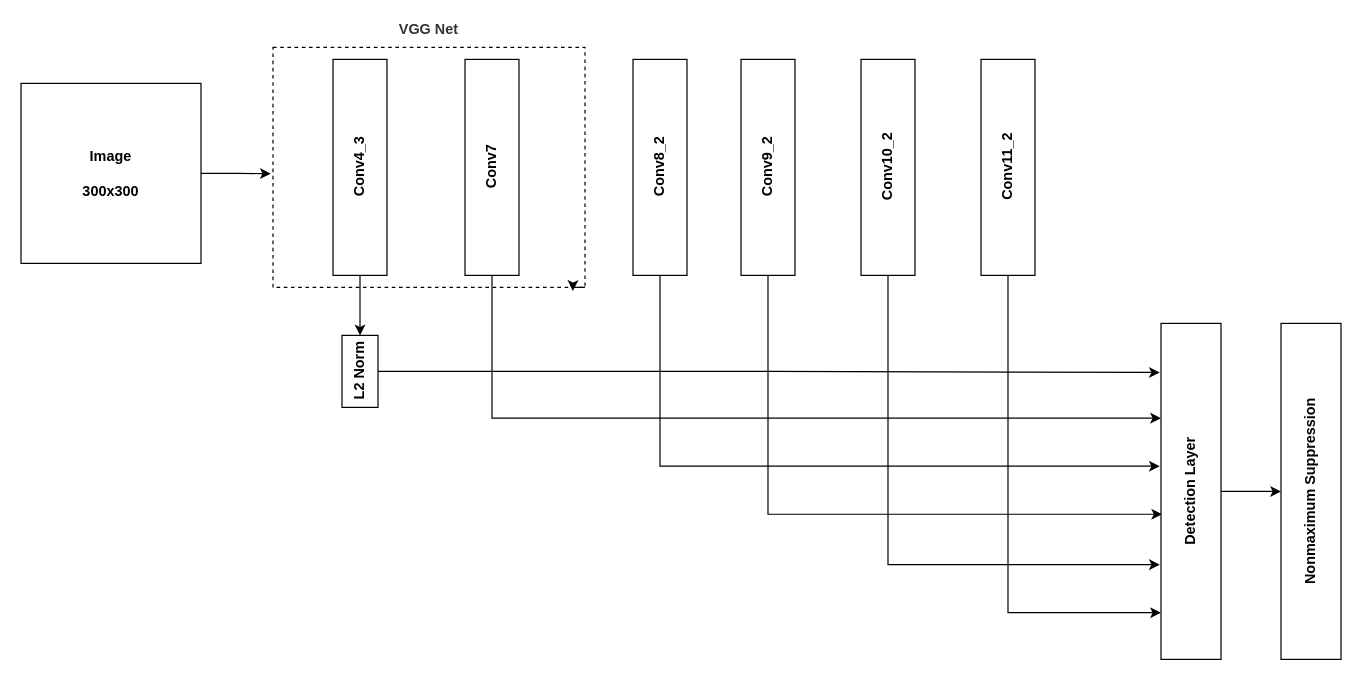
Earlier version of the draw.io diagram fig/SSD300.drawio (AakiraOtok/project_WPD). Source tidied: cells renumbered, new cells numbered last; positions are measured from the earlier drawing's top-left corner, leaving out a move shared by most shapes. Both pictures are drawn from the tidied source at 120%, with x=0, y=0 at pixel (20, 47).
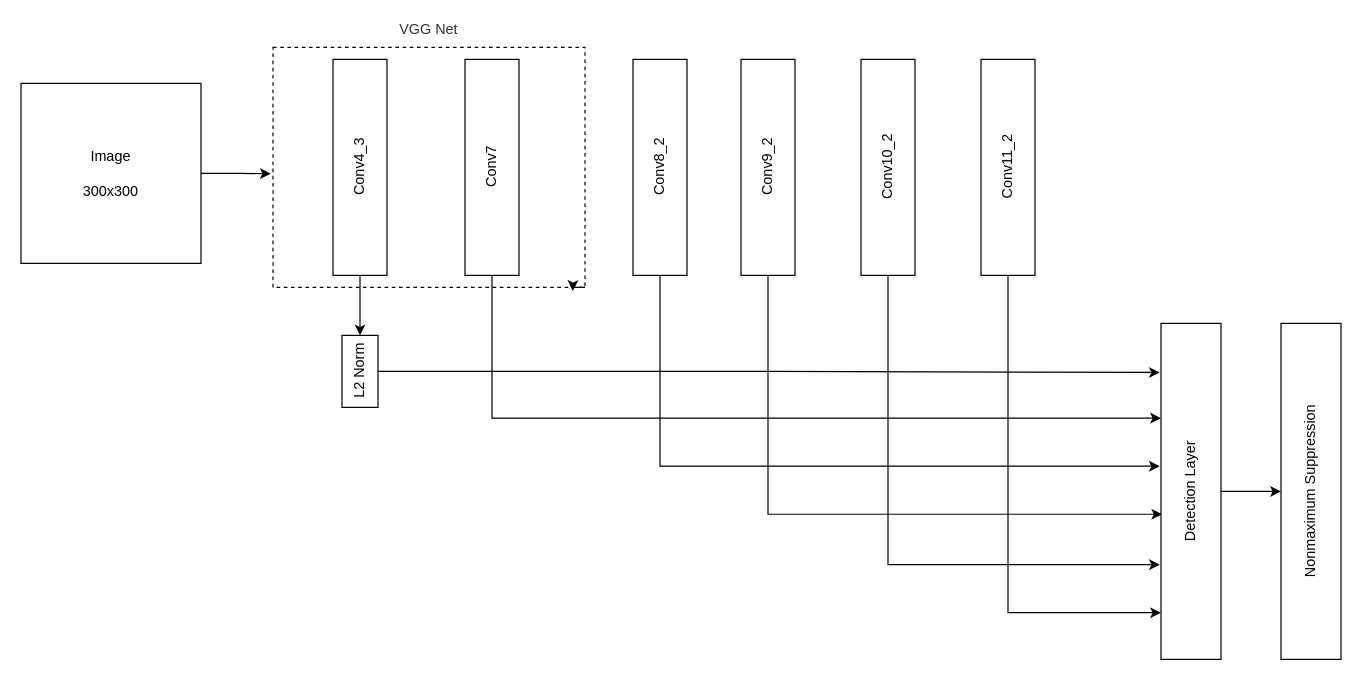
After the change.

Change to the diagram source:
```diff
@@
-    <mxCell id="2" value="VGG Net" style="rounded=0;whiteSpace=wrap;html=1;fillColor=none;fontColor=#333333;strokeColor=default;glass=0;shadow=0;dashed=1;align=center;spacingTop=-230;fontStyle=1;" parent="1" vertex="1">
+    <mxCell id="2" value="VGG Net" style="rounded=0;whiteSpace=wrap;html=1;fillColor=none;fontColor=#333333;strokeColor=default;glass=0;shadow=0;dashed=1;align=center;spacingTop=-230;fontStyle=0;" parent="1" vertex="1">
       <mxGeometry x="210" width="260" height="200" as="geometry" />
     </mxCell>
@@
-    <mxCell id="4" value="Conv4_3" style="rounded=0;whiteSpace=wrap;html=1;align=center;fontStyle=1;horizontal=0;" parent="1" vertex="1">
+    <mxCell id="4" value="Conv4_3" style="rounded=0;whiteSpace=wrap;html=1;align=center;fontStyle=0;horizontal=0;" parent="1" vertex="1">
       <mxGeometry x="260" y="10" width="45" height="180" as="geometry" />
     </mxCell>
@@
-    <mxCell id="7" value="Conv7" style="rounded=0;whiteSpace=wrap;html=1;align=center;fontStyle=1;horizontal=0;" parent="1" vertex="1">
+    <mxCell id="7" value="Conv7" style="rounded=0;whiteSpace=wrap;html=1;align=center;fontStyle=0;horizontal=0;" parent="1" vertex="1">
       <mxGeometry x="370" y="10" width="45" height="180" as="geometry" />
     </mxCell>
@@
-    <mxCell id="9" value="Conv8_2&lt;br&gt;" style="rounded=0;whiteSpace=wrap;html=1;align=center;fontStyle=1;horizontal=0;" parent="1" vertex="1">
+    <mxCell id="9" value="Conv8_2&lt;br&gt;" style="rounded=0;whiteSpace=wrap;html=1;align=center;fontStyle=0;horizontal=0;" parent="1" vertex="1">
       <mxGeometry x="510" y="10" width="45" height="180" as="geometry" />
     </mxCell>
@@
-    <mxCell id="11" value="Conv9_2" style="rounded=0;whiteSpace=wrap;html=1;align=center;fontStyle=1;horizontal=0;" parent="1" vertex="1">
+    <mxCell id="11" value="Conv9_2" style="rounded=0;whiteSpace=wrap;html=1;align=center;fontStyle=0;horizontal=0;" parent="1" vertex="1">
       <mxGeometry x="600" y="10" width="45" height="180" as="geometry" />
     </mxCell>
@@
-    <mxCell id="13" value="Conv10_2&lt;br&gt;" style="rounded=0;whiteSpace=wrap;html=1;align=center;fontStyle=1;horizontal=0;" parent="1" vertex="1">
+    <mxCell id="13" value="Conv10_2&lt;br&gt;" style="rounded=0;whiteSpace=wrap;html=1;align=center;fontStyle=0;horizontal=0;" parent="1" vertex="1">
       <mxGeometry x="700" y="10" width="45" height="180" as="geometry" />
     </mxCell>
@@
-    <mxCell id="15" value="Conv11_2&lt;br&gt;" style="rounded=0;whiteSpace=wrap;html=1;align=center;fontStyle=1;horizontal=0;" parent="1" vertex="1">
+    <mxCell id="15" value="Conv11_2&lt;br&gt;" style="rounded=0;whiteSpace=wrap;html=1;align=center;fontStyle=0;horizontal=0;" parent="1" vertex="1">
       <mxGeometry x="800" y="10" width="45" height="180" as="geometry" />
     </mxCell>
@@
-    <mxCell id="17" value="&lt;b&gt;Image&lt;br&gt;&lt;br&gt;300x300&lt;/b&gt;" style="whiteSpace=wrap;html=1;fontStyle=0;" parent="1" vertex="1">
+    <mxCell id="17" value="&lt;span style=&quot;font-weight: normal;&quot;&gt;Image&lt;br&gt;&lt;br&gt;300x300&lt;/span&gt;" style="whiteSpace=wrap;html=1;fontStyle=1;" parent="1" vertex="1">
       <mxGeometry y="30" width="150" height="150" as="geometry" />
     </mxCell>
@@
-    <mxCell id="19" value="Detection Layer" style="rounded=0;whiteSpace=wrap;html=1;fontStyle=1;verticalAlign=middle;labelBorderColor=none;horizontal=0;" parent="1" vertex="1">
+    <mxCell id="19" value="Detection Layer" style="rounded=0;whiteSpace=wrap;html=1;fontStyle=0;verticalAlign=middle;labelBorderColor=none;horizontal=0;" parent="1" vertex="1">
       <mxGeometry x="950" y="230" width="50" height="280" as="geometry" />
     </mxCell>
-    <mxCell id="20" value="Nonmaximum Suppression" style="rounded=0;whiteSpace=wrap;html=1;fontStyle=1;verticalAlign=middle;labelBorderColor=none;horizontal=0;" parent="1" vertex="1">
+    <mxCell id="20" value="Nonmaximum Suppression" style="rounded=0;whiteSpace=wrap;html=1;fontStyle=0;verticalAlign=middle;labelBorderColor=none;horizontal=0;" parent="1" vertex="1">
       <mxGeometry x="1050" y="230" width="50" height="280" as="geometry" />
     </mxCell>
@@
-    <mxCell id="22" value="L2 Norm&lt;br&gt;" style="rounded=0;whiteSpace=wrap;html=1;fontStyle=1;horizontal=0;" parent="1" vertex="1">
+    <mxCell id="22" value="L2 Norm&lt;br&gt;" style="rounded=0;whiteSpace=wrap;html=1;fontStyle=0;horizontal=0;" parent="1" vertex="1">
       <mxGeometry x="267.5" y="240" width="30" height="60" as="geometry" />
     </mxCell>
```
